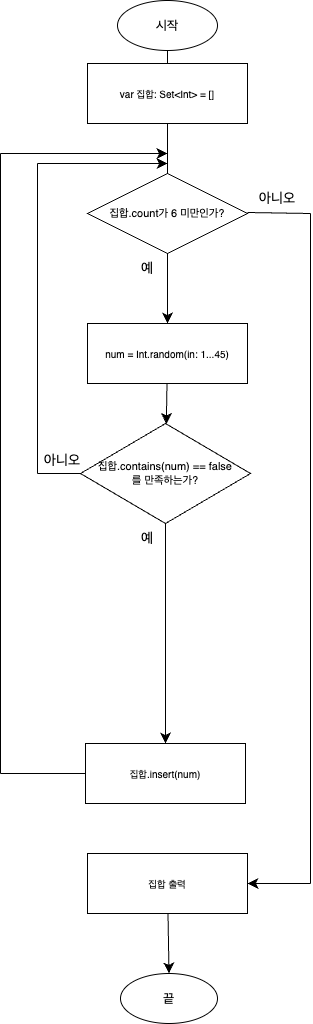
The draw.io diagram 로또번호생성기.drawio.png in yagom-academy/swift-starter-Round2, before a commit. Source tidied: cells renumbered, new cells last; positions are measured from the earlier drawing's top-left corner, leaving out a move shared by most shapes.
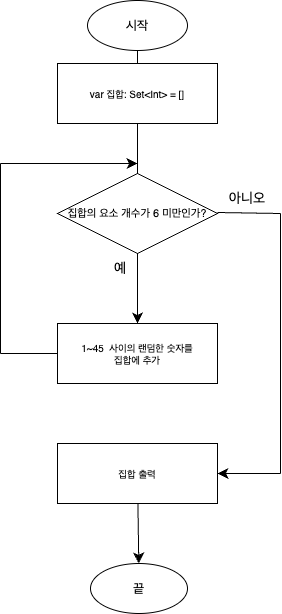
Above is the later version.

Commit message:
순서도 수정

The edit, as a diff of the source:
```diff
@@ -8,48 +8,20 @@
     <mxCell id="3" value="시작" style="ellipse;whiteSpace=wrap;html=1;fontSize=13;" parent="1" vertex="1">
       <mxGeometry x="117" width="100" height="50" as="geometry" />
     </mxCell>
-    <mxCell id="4" value="num = Int.random(in: 1...45)" style="rounded=0;whiteSpace=wrap;html=1;fontSize=10;" parent="1" vertex="1">
+    <mxCell id="4" value="1~45&amp;nbsp; 사이의 랜덤한 숫자를&lt;br&gt;집합에 추가" style="rounded=0;whiteSpace=wrap;html=1;fontSize=10;" parent="1" vertex="1">
       <mxGeometry x="87" y="323" width="160" height="60" as="geometry" />
     </mxCell>
-    <mxCell id="5" style="edgeStyle=none;curved=1;rounded=0;jettySize=auto;html=1;exitX=0.5;exitY=1;exitDx=0;exitDy=0;fontSize=12;startSize=8;endSize=8;" parent="1" edge="1" target="7">
-      <mxGeometry relative="1" as="geometry">
-        <mxPoint x="166.5" y="383" as="sourcePoint" />
-      </mxGeometry>
-    </mxCell>
-    <mxCell id="6" style="edgeStyle=none;curved=1;rounded=0;jettySize=auto;html=1;exitX=0.5;exitY=1;exitDx=0;exitDy=0;fontSize=12;startSize=8;endSize=8;entryX=0.5;entryY=0;entryDx=0;entryDy=0;" parent="1" edge="1" source="7" target="9">
-      <mxGeometry relative="1" as="geometry" />
-    </mxCell>
-    <mxCell id="7" value="집합.contains(num) == false&lt;br&gt;를 만족하는가?" style="rhombus;whiteSpace=wrap;html=1;fontSize=11;" parent="1" vertex="1">
-      <mxGeometry x="80" y="423" width="170" height="100" as="geometry" />
-    </mxCell>
-    <mxCell id="8" value="예" style="text;html=1;strokeColor=none;fillColor=none;align=center;verticalAlign=middle;whiteSpace=wrap;rounded=0;fontSize=14;" parent="1" vertex="1">
-      <mxGeometry x="117" y="523" width="60" height="30" as="geometry" />
-    </mxCell>
-    <mxCell id="9" value="집합.insert(num)" style="rounded=0;whiteSpace=wrap;html=1;fontSize=10;" parent="1" vertex="1">
-      <mxGeometry x="85" y="743" width="160" height="60" as="geometry" />
-    </mxCell>
-    <mxCell id="10" style="endArrow=none;html=1;rounded=0;fontSize=12;startSize=8;endSize=8;curved=1;" parent="1" edge="1" target="7">
-      <mxGeometry relative="1" as="geometry">
-        <mxPoint x="37" y="473" as="sourcePoint" />
-      </mxGeometry>
-    </mxCell>
-    <mxCell id="11" style="endArrow=none;html=1;rounded=0;fontSize=12;startSize=8;endSize=8;curved=1;" parent="1" edge="1">
-      <mxGeometry relative="1" as="geometry">
-        <mxPoint x="37" y="473" as="sourcePoint" />
-        <mxPoint x="37" y="163" as="targetPoint" />
-      </mxGeometry>
-    </mxCell>
     <mxCell id="12" style="endArrow=classic;html=1;rounded=0;fontSize=12;startSize=8;endSize=8;curved=1;" parent="1" edge="1">
       <mxGeometry relative="1" as="geometry">
-        <mxPoint x="37" y="163" as="sourcePoint" />
+        <mxPoint x="30" y="163" as="sourcePoint" />
         <mxPoint x="167" y="163" as="targetPoint" />
       </mxGeometry>
     </mxCell>
-    <mxCell id="13" value="집합.count가 6 미만인가?" style="rhombus;whiteSpace=wrap;html=1;fontSize=11;" parent="1" vertex="1">
+    <mxCell id="13" value="집합의 요소 개수가 6 미만인가?" style="rhombus;whiteSpace=wrap;html=1;fontSize=11;" parent="1" vertex="1">
       <mxGeometry x="87" y="173" width="160" height="80" as="geometry" />
     </mxCell>
     <mxCell id="14" value="예" style="text;html=1;strokeColor=none;fillColor=none;align=center;verticalAlign=middle;whiteSpace=wrap;rounded=0;fontSize=14;" parent="1" vertex="1">
-      <mxGeometry x="117" y="253" width="60" height="30" as="geometry" />
+      <mxGeometry x="120" y="253" width="60" height="30" as="geometry" />
     </mxCell>
     <mxCell id="15" value="아니오" style="text;html=1;strokeColor=none;fillColor=none;align=center;verticalAlign=middle;whiteSpace=wrap;rounded=0;fontSize=14;" parent="1" vertex="1">
       <mxGeometry x="247" y="183" width="60" height="30" as="geometry" />
@@ -62,46 +34,37 @@
     </mxCell>
     <mxCell id="17" style="endArrow=none;html=1;rounded=0;fontSize=12;startSize=8;endSize=8;curved=1;" parent="1" edge="1">
       <mxGeometry relative="1" as="geometry">
-        <mxPoint x="310" y="883" as="sourcePoint" />
+        <mxPoint x="310" y="473" as="sourcePoint" />
         <mxPoint x="310" y="213" as="targetPoint" />
       </mxGeometry>
     </mxCell>
     <mxCell id="18" style="endArrow=classic;html=1;rounded=0;fontSize=12;startSize=8;endSize=8;curved=1;entryX=1;entryY=0.5;entryDx=0;entryDy=0;" parent="1" edge="1" target="20">
       <mxGeometry relative="1" as="geometry">
-        <mxPoint x="310" y="883" as="sourcePoint" />
+        <mxPoint x="310" y="473" as="sourcePoint" />
       </mxGeometry>
     </mxCell>
     <mxCell id="19" style="edgeStyle=none;curved=1;rounded=0;jettySize=auto;html=1;fontSize=12;startSize=8;endSize=8;" parent="1" edge="1" source="20" target="24">
       <mxGeometry relative="1" as="geometry" />
     </mxCell>
     <mxCell id="20" value="집합 출력" style="rounded=0;whiteSpace=wrap;html=1;fontSize=10;" parent="1" vertex="1">
-      <mxGeometry x="87" y="853" width="160" height="60" as="geometry" />
+      <mxGeometry x="87" y="443" width="160" height="60" as="geometry" />
     </mxCell>
-    <mxCell id="21" style="endArrow=none;html=1;rounded=0;fontSize=12;startSize=8;endSize=8;curved=1;" parent="1" edge="1" target="9">
-      <mxGeometry relative="1" as="geometry">
-        <mxPoint y="773" as="sourcePoint" />
-      </mxGeometry>
-    </mxCell>
-    <mxCell id="22" style="endArrow=none;html=1;rounded=0;fontSize=12;startSize=8;endSize=8;curved=1;" parent="1" edge="1">
-      <mxGeometry relative="1" as="geometry">
-        <mxPoint y="773" as="sourcePoint" />
-        <mxPoint y="153" as="targetPoint" />
-      </mxGeometry>
-    </mxCell>
-    <mxCell id="23" style="endArrow=classic;html=1;rounded=0;fontSize=12;startSize=8;endSize=8;curved=1;" parent="1" edge="1">
-      <mxGeometry relative="1" as="geometry">
-        <mxPoint y="153" as="sourcePoint" />
-        <mxPoint x="167" y="153" as="targetPoint" />
-      </mxGeometry>
-    </mxCell>
     <mxCell id="24" value="끝" style="ellipse;whiteSpace=wrap;html=1;fontSize=13;" parent="1" vertex="1">
-      <mxGeometry x="120" y="973" width="97" height="50" as="geometry" />
+      <mxGeometry x="120" y="563" width="97" height="50" as="geometry" />
     </mxCell>
     <mxCell id="25" value="var 집합: Set&amp;lt;Int&amp;gt; = []" style="rounded=0;whiteSpace=wrap;html=1;fontSize=10;" parent="1" vertex="1">
       <mxGeometry x="87" y="63" width="160" height="60" as="geometry" />
     </mxCell>
-    <mxCell id="26" value="아니오" style="text;html=1;strokeColor=none;fillColor=none;align=center;verticalAlign=middle;whiteSpace=wrap;rounded=0;fontSize=14;" parent="1" vertex="1">
-      <mxGeometry x="32" y="445" width="60" height="30" as="geometry" />
-    </mxCell>
+    <mxCell id="27" style="endArrow=none;html=1;rounded=0;fontSize=12;startSize=8;endSize=8;curved=1;" parent="1" edge="1">
+      <mxGeometry relative="1" as="geometry">
+        <mxPoint x="30" y="353" as="sourcePoint" />
+        <mxPoint x="30" y="163" as="targetPoint" />
+      </mxGeometry>
+    </mxCell>
+    <mxCell id="28" style="endArrow=none;html=1;rounded=0;fontSize=12;startSize=8;endSize=8;curved=1;" parent="1" edge="1" target="4">
+      <mxGeometry relative="1" as="geometry">
+        <mxPoint x="30" y="353" as="sourcePoint" />
+      </mxGeometry>
+    </mxCell>
   </root>
 </mxGraphModel>
```
